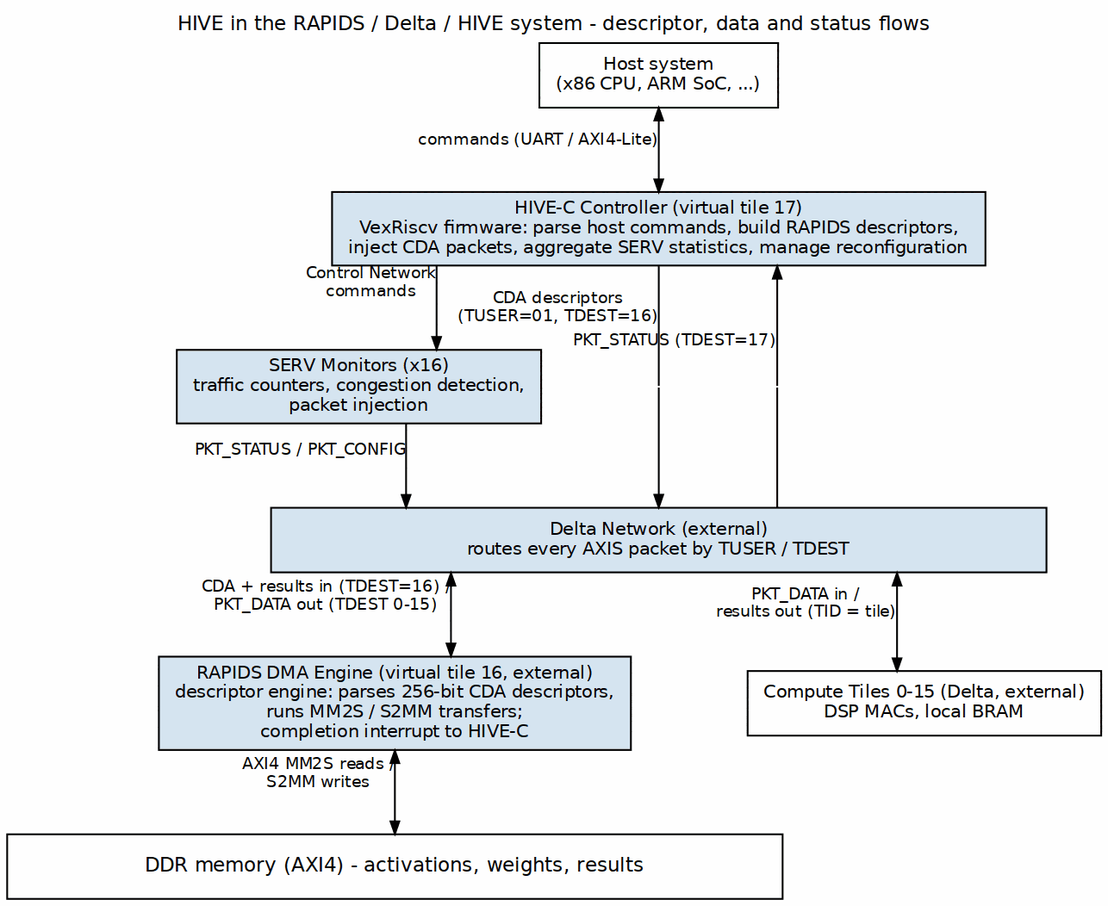
Above: projects/components/compute-eng-ip/hive-serv/docs/hive_has/assets/graphviz/02_system_data_flow.png in sean-galloway/RTLDesignSherpa (Graphviz), before the change. Its source is kept beside it as projects/components/compute-eng-ip/hive-serv/docs/hive_has/assets/graphviz/02_system_data_flow.dot. Its diagram source:
```dot
digraph hive_system_flow {
    graph [rankdir=TB, bgcolor="white", fontname="Helvetica", fontsize=11,
           nodesep="0.90", ranksep="0.65", splines=ortho,
           label="HIVE in the RAPIDS / Delta / HIVE system - descriptor, data and status flows",
           labelloc=t, labeljust=c];
    node  [fontname="Helvetica", fontsize=10, shape=box, style=filled,
           fillcolor="#D6E4F0", color="black", margin="0.12,0.06"];
    edge  [fontname="Helvetica", fontsize=9, color="black", arrowsize=0.7];

    host  [label="Host system\n(x86 CPU, ARM SoC, ...)", fillcolor="white"];
    hivec [label="HIVE-C Controller (virtual tile 17)\nVexRiscv firmware: parse host commands, build RAPIDS descriptors,\ninject CDA packets, aggregate SERV statistics, manage reconfiguration"];
    serv  [label="SERV Monitors (x16)\ntraffic counters, congestion detection,\npacket injection"];
    delta [label="Delta Network (external)\nroutes every AXIS packet by TUSER / TDEST", width=6];
    rapids [label="RAPIDS DMA Engine (virtual tile 16, external)\ndescriptor engine: parses 256-bit CDA descriptors,\nruns MM2S / S2MM transfers;\ncompletion interrupt to HIVE-C"];
    tiles [label="Compute Tiles 0-15 (Delta, external)\nDSP MACs, local BRAM", fillcolor="white"];

    bar   [label="DDR memory (AXI4) - activations, weights, results", fillcolor="white", width=6, height=0.5, fontsize=11];

    x_st [shape=point, width=0.01, height=0.01, label="", style=invis];

    host  -> hivec  [dir=both, xlabel="commands (UART / AXI4-Lite)"];
    hivec -> x_cda  [dir=none, xlabel="CDA descriptors\n(TUSER=01, TDEST=16)"];
    x_cda -> delta;
    x_cda [shape=point, width=0.01, height=0.01, label="", style=invis];
    hivec -> serv   [xlabel="Control Network\ncommands"];
    rapids -> bar   [dir=both, xlabel="AXI4 MM2S reads /\nS2MM writes"];
    delta -> rapids [dir=both, xlabel="CDA + results in (TDEST=16) /\nPKT_DATA out (TDEST 0-15)"];
    delta -> tiles  [dir=both, xlabel="PKT_DATA in /\nresults out (TID = tile)"];
    serv  -> delta  [xlabel="PKT_STATUS / PKT_CONFIG"];
    hivec -> x_st   [dir=back, xlabel="PKT_STATUS (TDEST=17)"];
    x_st  -> delta  [dir=none];


    { rank=same; hivec; }
    { rank=same; serv; x_cda; x_st; }
    serv -> x_cda -> x_st [style=invis];
    { rank=same; rapids; tiles; }
    rapids -> tiles [style=invis];
}
```
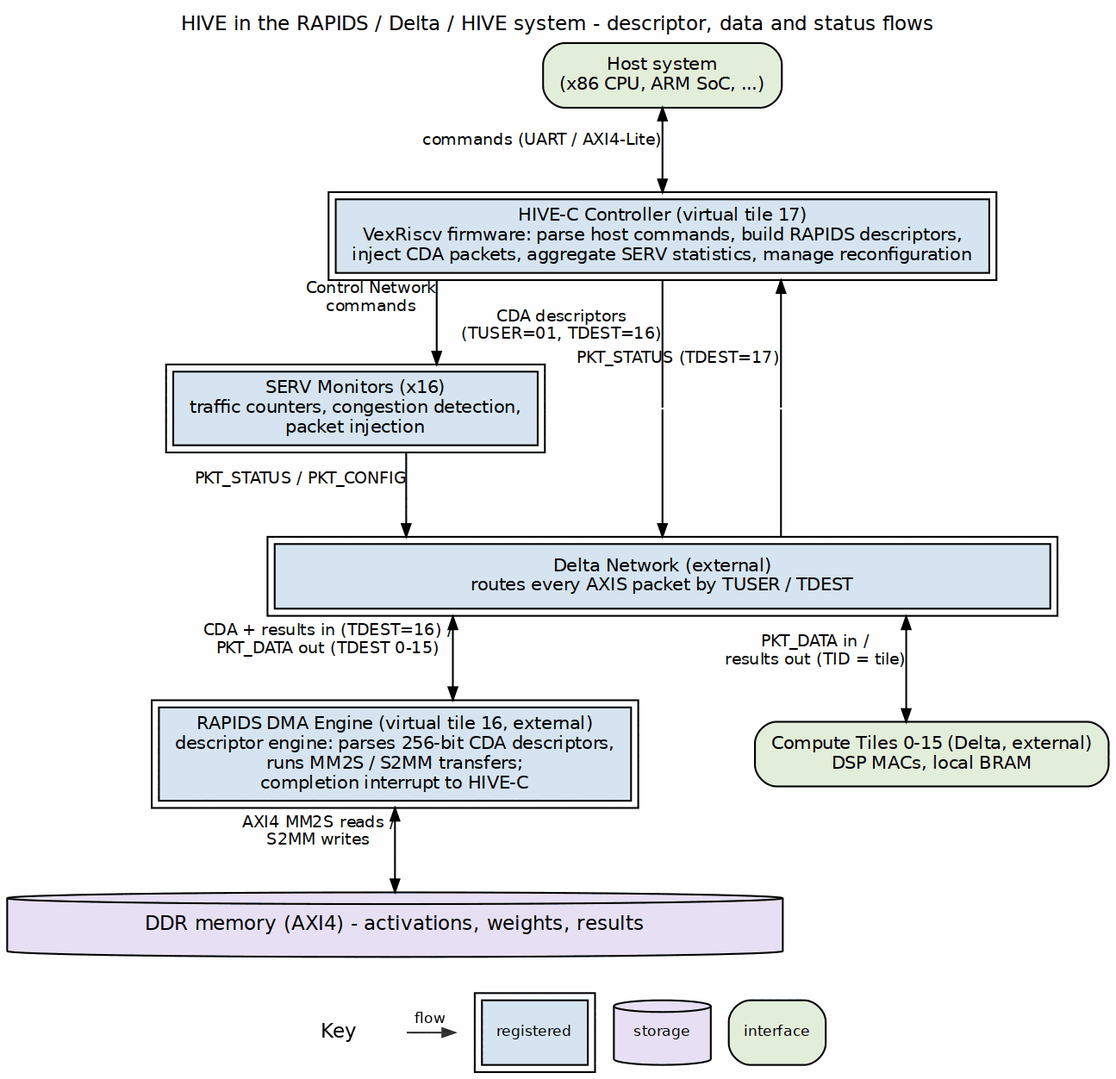
Later version of the same file.

What changed in the source:
```diff
@@ -4,17 +4,17 @@
            label="HIVE in the RAPIDS / Delta / HIVE system - descriptor, data and status flows",
            labelloc=t, labeljust=c];
     node  [fontname="Helvetica", fontsize=10, shape=box, style=filled,
-           fillcolor="#D6E4F0", color="black", margin="0.12,0.06"];
+           fillcolor="white", color="black", margin="0.12,0.06"];
     edge  [fontname="Helvetica", fontsize=9, color="black", arrowsize=0.7];
 
-    host  [label="Host system\n(x86 CPU, ARM SoC, ...)", fillcolor="white"];
-    hivec [label="HIVE-C Controller (virtual tile 17)\nVexRiscv firmware: parse host commands, build RAPIDS descriptors,\ninject CDA packets, aggregate SERV statistics, manage reconfiguration"];
-    serv  [label="SERV Monitors (x16)\ntraffic counters, congestion detection,\npacket injection"];
-    delta [label="Delta Network (external)\nroutes every AXIS packet by TUSER / TDEST", width=6];
-    rapids [label="RAPIDS DMA Engine (virtual tile 16, external)\ndescriptor engine: parses 256-bit CDA descriptors,\nruns MM2S / S2MM transfers;\ncompletion interrupt to HIVE-C"];
-    tiles [label="Compute Tiles 0-15 (Delta, external)\nDSP MACs, local BRAM", fillcolor="white"];
+    host  [label="Host system\n(x86 CPU, ARM SoC, ...)", fillcolor="white", style="rounded,filled", fillcolor="#E2EFDA"];
+    hivec [label="HIVE-C Controller (virtual tile 17)\nVexRiscv firmware: parse host commands, build RAPIDS descriptors,\ninject CDA packets, aggregate SERV statistics, manage reconfiguration", peripheries=2, style="filled", fillcolor="#D6E4F0"];
+    serv  [label="SERV Monitors (x16)\ntraffic counters, congestion detection,\npacket injection", peripheries=2, style="filled", fillcolor="#D6E4F0"];
+    delta [label="Delta Network (external)\nroutes every AXIS packet by TUSER / TDEST", width=6, peripheries=2, style="filled", fillcolor="#D6E4F0"];
+    rapids [label="RAPIDS DMA Engine (virtual tile 16, external)\ndescriptor engine: parses 256-bit CDA descriptors,\nruns MM2S / S2MM transfers;\ncompletion interrupt to HIVE-C", peripheries=2, style="filled", fillcolor="#D6E4F0"];
+    tiles [label="Compute Tiles 0-15 (Delta, external)\nDSP MACs, local BRAM", fillcolor="white", style="rounded,filled", fillcolor="#E2EFDA"];
 
-    bar   [label="DDR memory (AXI4) - activations, weights, results", fillcolor="white", width=6, height=0.5, fontsize=11];
+    bar   [label="DDR memory (AXI4) - activations, weights, results", fillcolor="white", width=6, height=0.5, fontsize=11, shape=cylinder, style="filled", fillcolor="#E8DFF5"];
 
     x_st [shape=point, width=0.01, height=0.01, label="", style=invis];
 
```
